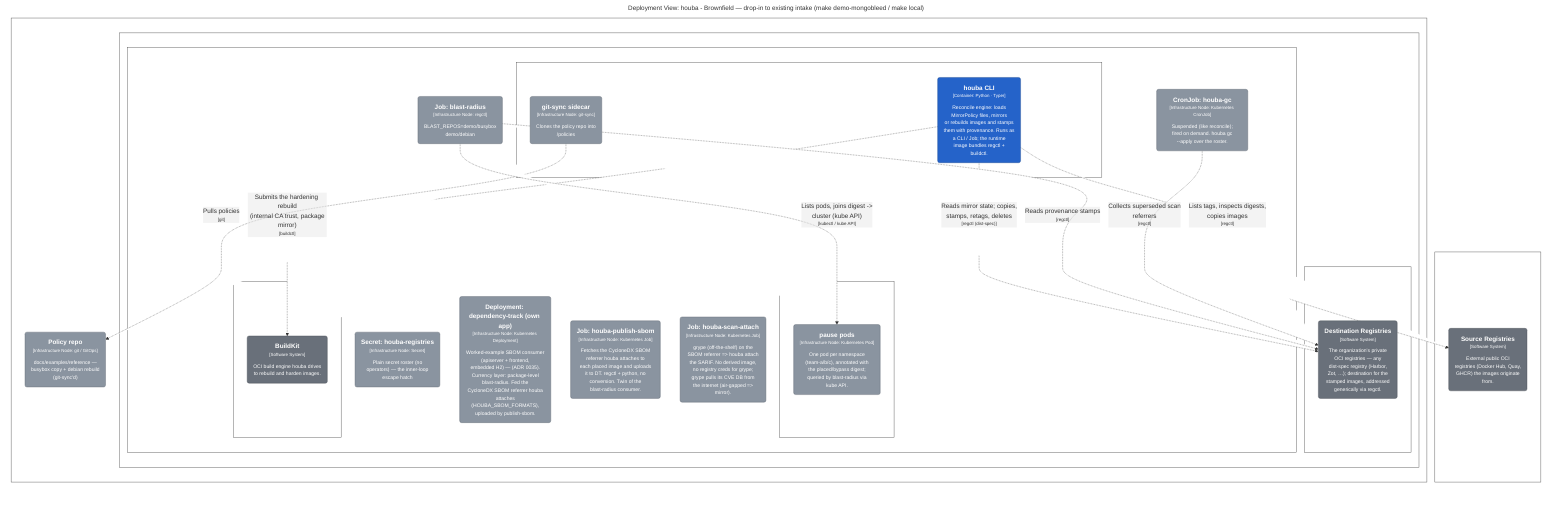
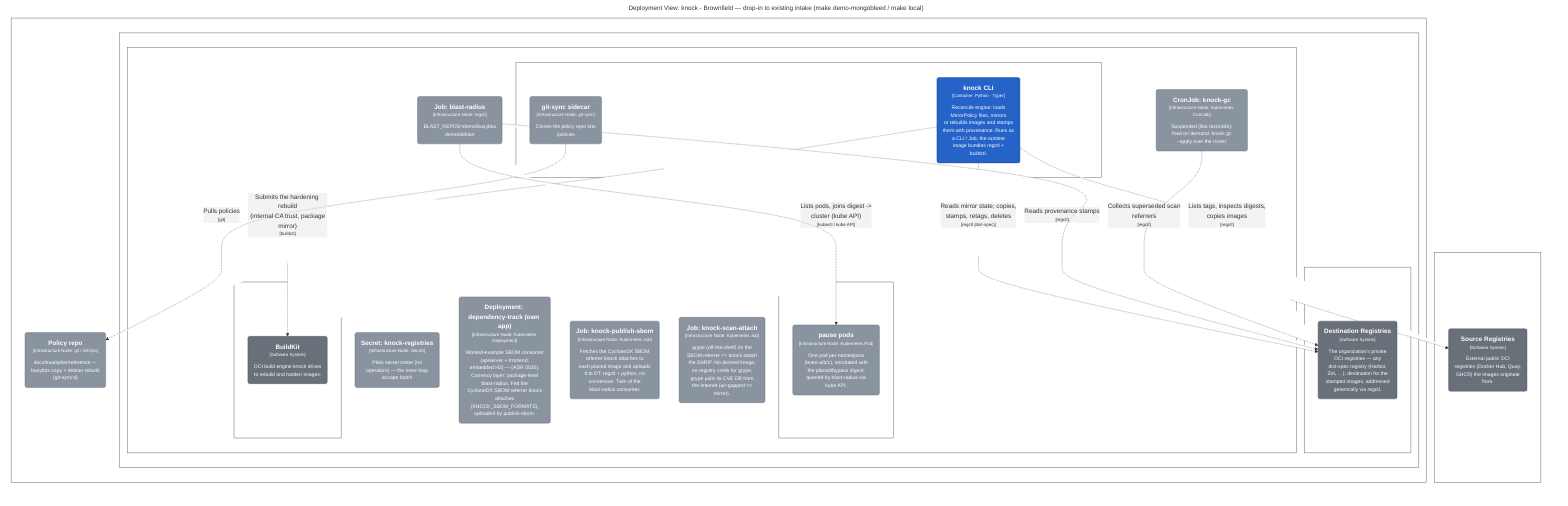
graph LR
  linkStyle default fill:#ffffff

-   subgraph diagram ["Deployment View: houba - Brownfield — drop-in to existing intake (make demo-mongobleed / make local)"]
+   subgraph diagram ["Deployment View: knock - Brownfield — drop-in to existing intake (make demo-mongobleed / make local)"]
    style diagram fill:#ffffff,stroke:#ffffff

    subgraph 243 ["Operator host"]
      style 243 fill:#ffffff,stroke:#444444,color:#ffffff

      244("<div style='font-weight: bold'>Policy repo</div><div style='font-size: 70%; margin-top: 0px'>[Infrastructure Node: git / GitOps]</div><div style='font-size: 80%; margin-top:10px'>docs/examples/reference —<br />busybox copy + debian rebuild<br />(git-sync'd)</div>")
      style 244 fill:#8a94a0,stroke:#606770,color:#ffffff
      subgraph 245 ["kind cluster"]
        style 245 fill:#ffffff,stroke:#444444,color:#ffffff

-         subgraph 246 ["namespace: houba"]
+         subgraph 246 ["namespace: knock"]
          style 246 fill:#ffffff,stroke:#444444,color:#ffffff

-           subgraph 247 ["CronJob: houba-reconcile"]
+           subgraph 247 ["CronJob: knock-reconcile"]
            style 247 fill:#ffffff,stroke:#444444,color:#ffffff

-             248("<div style='font-weight: bold'>houba CLI</div><div style='font-size: 70%; margin-top: 0px'>[Container: Python · Typer]</div><div style='font-size: 80%; margin-top:10px'>Reconcile engine: loads<br />MirrorPolicy files, mirrors<br />or rebuilds images and stamps<br />them with provenance. Runs as<br />a CLI / Job; the runtime<br />image bundles regctl +<br />buildctl.</div>")
+             248("<div style='font-weight: bold'>knock CLI</div><div style='font-size: 70%; margin-top: 0px'>[Container: Python · Typer]</div><div style='font-size: 80%; margin-top:10px'>Reconcile engine: loads<br />MirrorPolicy files, mirrors<br />or rebuilds images and stamps<br />them with provenance. Runs as<br />a CLI / Job; the runtime<br />image bundles regctl +<br />buildctl.</div>")
            style 248 fill:#2563c9,stroke:#19458c,color:#ffffff
            249("<div style='font-weight: bold'>git-sync sidecar</div><div style='font-size: 70%; margin-top: 0px'>[Infrastructure Node: git-sync]</div><div style='font-size: 80%; margin-top:10px'>Clones the policy repo into<br />/policies</div>")
            style 249 fill:#8a94a0,stroke:#606770,color:#ffffff
          end

          subgraph 250 ["Deployment: buildkitd"]
            style 250 fill:#ffffff,stroke:#444444,color:#ffffff

-             251("<div style='font-weight: bold'>BuildKit</div><div style='font-size: 70%; margin-top: 0px'>[Software System]</div><div style='font-size: 80%; margin-top:10px'>OCI build engine houba drives<br />to rebuild and harden images.</div>")
+             251("<div style='font-weight: bold'>BuildKit</div><div style='font-size: 70%; margin-top: 0px'>[Software System]</div><div style='font-size: 80%; margin-top:10px'>OCI build engine knock drives<br />to rebuild and harden images.</div>")
            style 251 fill:#69707a,stroke:#494e55,color:#ffffff
          end

-           253("<div style='font-weight: bold'>Secret: houba-registries</div><div style='font-size: 70%; margin-top: 0px'>[Infrastructure Node: Secret]</div><div style='font-size: 80%; margin-top:10px'>Plain secret roster (no<br />operators) — the inner-loop<br />escape hatch</div>")
+           253("<div style='font-weight: bold'>Secret: knock-registries</div><div style='font-size: 70%; margin-top: 0px'>[Infrastructure Node: Secret]</div><div style='font-size: 80%; margin-top:10px'>Plain secret roster (no<br />operators) — the inner-loop<br />escape hatch</div>")
          style 253 fill:#8a94a0,stroke:#606770,color:#ffffff
          254("<div style='font-weight: bold'>Job: blast-radius</div><div style='font-size: 70%; margin-top: 0px'>[Infrastructure Node: regctl]</div><div style='font-size: 80%; margin-top:10px'>BLAST_REPOS=demo/busybox<br />demo/debian</div>")
          style 254 fill:#8a94a0,stroke:#606770,color:#ffffff
-           255("<div style='font-weight: bold'>CronJob: houba-gc</div><div style='font-size: 70%; margin-top: 0px'>[Infrastructure Node: Kubernetes CronJob]</div><div style='font-size: 80%; margin-top:10px'>Suspended (like reconcile);<br />fired on demand. houba gc<br />--apply over the roster.</div>")
+           255("<div style='font-weight: bold'>CronJob: knock-gc</div><div style='font-size: 70%; margin-top: 0px'>[Infrastructure Node: Kubernetes CronJob]</div><div style='font-size: 80%; margin-top:10px'>Suspended (like reconcile);<br />fired on demand. knock gc<br />--apply over the roster.</div>")
          style 255 fill:#8a94a0,stroke:#606770,color:#ffffff
-           256("<div style='font-weight: bold'>Deployment: dependency-track (own app)</div><div style='font-size: 70%; margin-top: 0px'>[Infrastructure Node: Kubernetes Deployment]</div><div style='font-size: 80%; margin-top:10px'>Worked-example SBOM consumer<br />(apiserver + frontend,<br />embedded H2) — (ADR 0035).<br />Currency layer: package-level<br />blast-radius. Fed the<br />CycloneDX SBOM referrer houba<br />attaches<br />(HOUBA_SBOM_FORMATS),<br />uploaded by publish-sbom.</div>")
+           256("<div style='font-weight: bold'>Deployment: dependency-track (own app)</div><div style='font-size: 70%; margin-top: 0px'>[Infrastructure Node: Kubernetes Deployment]</div><div style='font-size: 80%; margin-top:10px'>Worked-example SBOM consumer<br />(apiserver + frontend,<br />embedded H2) — (ADR 0035).<br />Currency layer: package-level<br />blast-radius. Fed the<br />CycloneDX SBOM referrer knock<br />attaches<br />(KNOCK_SBOM_FORMATS),<br />uploaded by publish-sbom.</div>")
          style 256 fill:#8a94a0,stroke:#606770,color:#ffffff
-           257("<div style='font-weight: bold'>Job: houba-publish-sbom</div><div style='font-size: 70%; margin-top: 0px'>[Infrastructure Node: Kubernetes Job]</div><div style='font-size: 80%; margin-top:10px'>Fetches the CycloneDX SBOM<br />referrer houba attaches to<br />each placed image and uploads<br />it to DT. regctl + python, no<br />conversion. Twin of the<br />blast-radius consumer.</div>")
+           257("<div style='font-weight: bold'>Job: knock-publish-sbom</div><div style='font-size: 70%; margin-top: 0px'>[Infrastructure Node: Kubernetes Job]</div><div style='font-size: 80%; margin-top:10px'>Fetches the CycloneDX SBOM<br />referrer knock attaches to<br />each placed image and uploads<br />it to DT. regctl + python, no<br />conversion. Twin of the<br />blast-radius consumer.</div>")
          style 257 fill:#8a94a0,stroke:#606770,color:#ffffff
-           258("<div style='font-weight: bold'>Job: houba-scan-attach</div><div style='font-size: 70%; margin-top: 0px'>[Infrastructure Node: Kubernetes Job]</div><div style='font-size: 80%; margin-top:10px'>grype (off-the-shelf) on the<br />SBOM referrer => houba attach<br />the SARIF. No derived image,<br />no registry creds for grype;<br />grype pulls its CVE DB from<br />the internet (air-gapped =><br />mirror).</div>")
+           258("<div style='font-weight: bold'>Job: knock-scan-attach</div><div style='font-size: 70%; margin-top: 0px'>[Infrastructure Node: Kubernetes Job]</div><div style='font-size: 80%; margin-top:10px'>grype (off-the-shelf) on the<br />SBOM referrer => knock attach<br />the SARIF. No derived image,<br />no registry creds for grype;<br />grype pulls its CVE DB from<br />the internet (air-gapped =><br />mirror).</div>")
          style 258 fill:#8a94a0,stroke:#606770,color:#ffffff
          subgraph 259 ["marked workloads (team-a/b/c)"]
            style 259 fill:#ffffff,stroke:#444444,color:#ffffff

            260("<div style='font-weight: bold'>pause pods</div><div style='font-size: 70%; margin-top: 0px'>[Infrastructure Node: Kubernetes Pod]</div><div style='font-size: 80%; margin-top:10px'>One pod per namespace<br />(team-a/b/c), annotated with<br />the placed/bypass digest;<br />queried by blast-radius via<br />kube API.</div>")
            style 260 fill:#8a94a0,stroke:#606770,color:#ffffff
          end

        end

        subgraph 261 ["namespace: registry"]
          style 261 fill:#ffffff,stroke:#444444,color:#ffffff

          262("<div style='font-weight: bold'>Destination Registries</div><div style='font-size: 70%; margin-top: 0px'>[Software System]</div><div style='font-size: 80%; margin-top:10px'>The organization's private<br />OCI registries — any<br />dist-spec registry (Harbor,<br />Zot, …); destination for the<br />stamped images, addressed<br />generically via regctl.</div>")
          style 262 fill:#69707a,stroke:#494e55,color:#ffffff
        end

      end

    end

    subgraph 264 ["Internet"]
      style 264 fill:#ffffff,stroke:#444444,color:#ffffff

      265("<div style='font-weight: bold'>Source Registries</div><div style='font-size: 70%; margin-top: 0px'>[Software System]</div><div style='font-size: 80%; margin-top:10px'>External public OCI<br />registries (Docker Hub, Quay,<br />GHCR) the images originate<br />from.</div>")
      style 265 fill:#69707a,stroke:#494e55,color:#ffffff
    end

    248-. "<div>Submits the hardening rebuild<br />(internal CA trust, package<br />mirror)</div><div style='font-size: 70%'>[buildctl]</div>" .->251
    248-. "<div>Reads mirror state; copies,<br />stamps, retags, deletes</div><div style='font-size: 70%'>[regctl (dist-spec)]</div>" .->262
    248-. "<div>Lists tags, inspects digests,<br />copies images</div><div style='font-size: 70%'>[regctl]</div>" .->265
    249-. "<div>Pulls policies</div><div style='font-size: 70%'>[git]</div>" .->244
    254-. "<div>Reads provenance stamps</div><div style='font-size: 70%'>[regctl]</div>" .->262
    254-. "<div>Lists pods, joins digest -><br />cluster (kube API)</div><div style='font-size: 70%'>[kubectl / kube API]</div>" .->260
    255-. "<div>Collects superseded scan<br />referrers</div><div style='font-size: 70%'>[regctl]</div>" .->262

  end